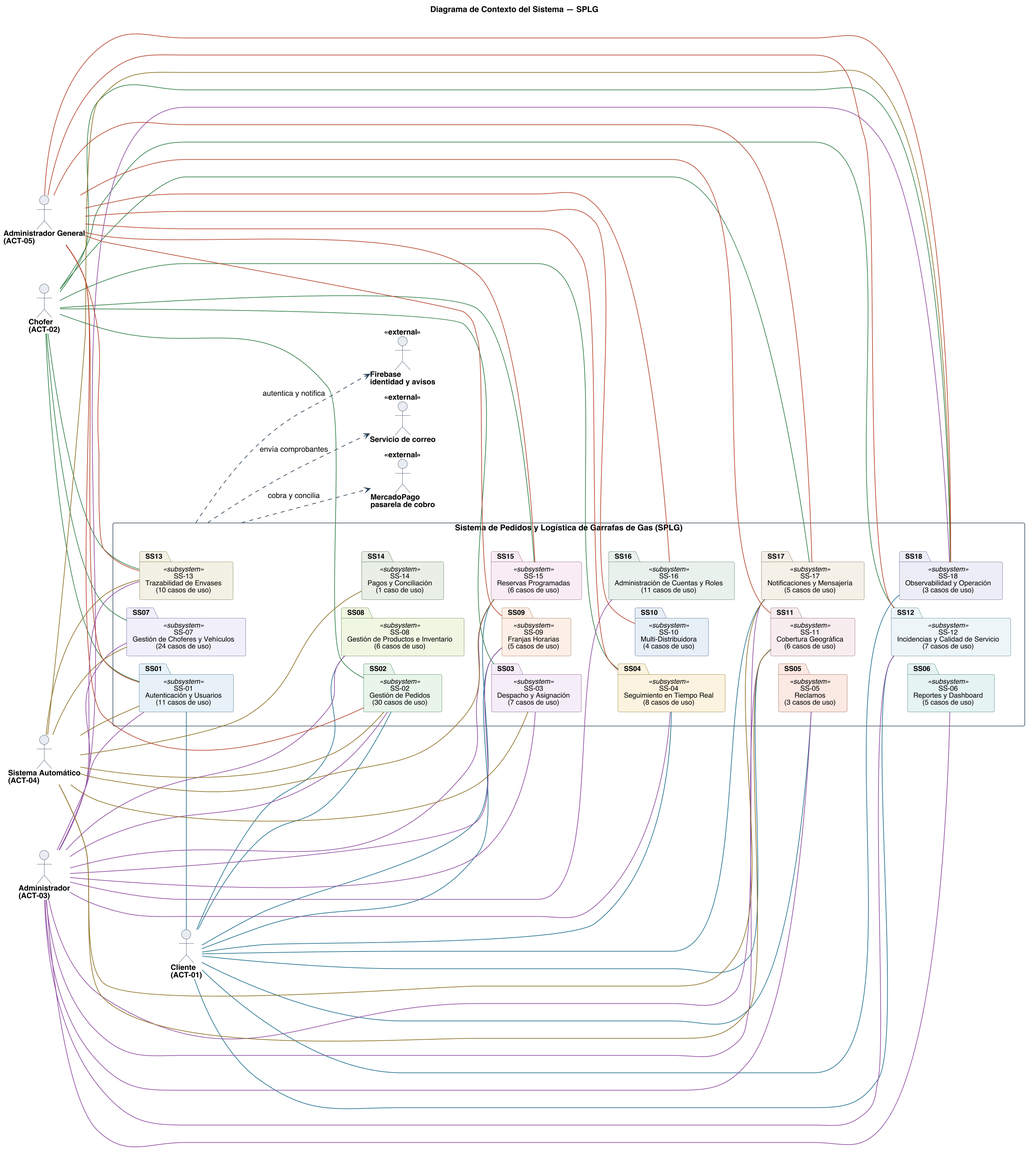
Nahuelito-Dev/splg-docs keeps this PlantUML diagram as diagramas/uml/CU_Sistema_Diagrama-De-Contexto.png. Above is the earlier version.
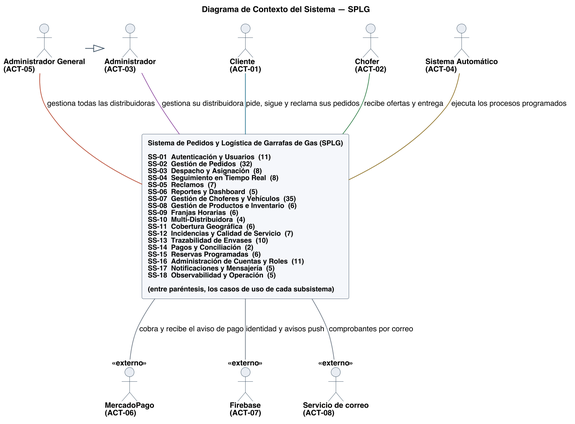
The same diagram one commit later.

What changed in the source:
```diff
@@ -1,6 +1,5 @@
 @startuml
 title Diagrama de Contexto del Sistema — SPLG
-left to right direction
 skinparam backgroundColor #FFFFFF
 skinparam shadowing false
 skinparam defaultFontName Helvetica
@@ -26,8 +25,8 @@
 }
 
 skinparam nodesep 14
-skinparam ranksep 45
-skinparam package {
+skinparam ranksep 90
+skinparam rectangle {
   BorderColor #2C4257
   FontSize 12
 }
@@ -35,111 +34,24 @@
 actor "Cliente\n(ACT-01)" as A01
 actor "Chofer\n(ACT-02)" as A02
 actor "Administrador\n(ACT-03)" as A03
+actor "Administrador General\n(ACT-05)" as A05
 actor "Sistema Automático\n(ACT-04)" as A04
-actor "Administrador General\n(ACT-05)" as A05
+actor "MercadoPago\n(ACT-06)" as A06 <<externo>>
+actor "Firebase\n(ACT-07)" as A07 <<externo>>
+actor "Servicio de correo\n(ACT-08)" as A08 <<externo>>
 
-rectangle "Sistema de Pedidos y Logística de Garrafas de Gas (SPLG)" as LIMITE {
-  package "SS-01\nAutenticación y Usuarios\n(11 casos de uso)" as SS01 <<subsystem>> #back:E7F0F6;line:3C6E8F
-  package "SS-02\nGestión de Pedidos\n(30 casos de uso)" as SS02 <<subsystem>> #back:E9F4EA;line:3F7A50
-  package "SS-03\nDespacho y Asignación\n(7 casos de uso)" as SS03 <<subsystem>> #back:F5ECF7;line:7B4B8A
-  package "SS-04\nSeguimiento en Tiempo Real\n(8 casos de uso)" as SS04 <<subsystem>> #back:FBF2DE;line:8A7326
-  package "SS-05\nReclamos\n(3 casos de uso)" as SS05 <<subsystem>> #back:FAE8E3;line:9C5A46
-  package "SS-06\nReportes y Dashboard\n(5 casos de uso)" as SS06 <<subsystem>> #back:E4F2F1;line:3E7C79
-  package "SS-07\nGestión de Choferes y Vehículos\n(24 casos de uso)" as SS07 <<subsystem>> #back:F0EEF9;line:5A5896
-  package "SS-08\nGestión de Productos e Inventario\n(6 casos de uso)" as SS08 <<subsystem>> #back:EFF6E2;line:5E7A3A
-  package "SS-09\nFranjas Horarias\n(5 casos de uso)" as SS09 <<subsystem>> #back:FDEFE6;line:A26A45
-  package "SS-10\nMulti-Distribuidora\n(4 casos de uso)" as SS10 <<subsystem>> #back:E6EEF7;line:44608B
-  package "SS-11\nCobertura Geográfica\n(6 casos de uso)" as SS11 <<subsystem>> #back:F7ECEF;line:8E5566
-  package "SS-12\nIncidencias y Calidad de Servicio\n(7 casos de uso)" as SS12 <<subsystem>> #back:EDF5F9;line:4A7488
-  package "SS-13\nTrazabilidad de Envases\n(10 casos de uso)" as SS13 <<subsystem>> #back:F3F1E4;line:7A7340
-  package "SS-14\nPagos y Conciliación\n(1 caso de uso)" as SS14 <<subsystem>> #back:E9EFE6;line:4E6B4A
-  package "SS-15\nReservas Programadas\n(6 casos de uso)" as SS15 <<subsystem>> #back:F8EDF3;line:8A5674
-  package "SS-16\nAdministración de Cuentas y Roles\n(11 casos de uso)" as SS16 <<subsystem>> #back:E8F1EC;line:4B7560
-  package "SS-17\nNotificaciones y Mensajería\n(5 casos de uso)" as SS17 <<subsystem>> #back:F5F0E8;line:7C6B4C
-  package "SS-18\nObservabilidad y Operación\n(3 casos de uso)" as SS18 <<subsystem>> #back:ECEDF6;line:5B5F87
-  SS01 -[hidden]- SS02
-  SS02 -[hidden]- SS03
-  SS03 -[hidden]- SS04
-  SS04 -[hidden]- SS05
-  SS05 -[hidden]- SS06
-  SS07 -[hidden]- SS08
-  SS08 -[hidden]- SS09
-  SS09 -[hidden]- SS10
-  SS10 -[hidden]- SS11
-  SS11 -[hidden]- SS12
-  SS13 -[hidden]- SS14
-  SS14 -[hidden]- SS15
-  SS15 -[hidden]- SS16
-  SS16 -[hidden]- SS17
-  SS17 -[hidden]- SS18
-}
+rectangle "**Sistema de Pedidos y Logística de Garrafas de Gas (SPLG)**\n\nSS-01  Autenticación y Usuarios  (11)\nSS-02  Gestión de Pedidos  (32)\nSS-03  Despacho y Asignación  (8)\nSS-04  Seguimiento en Tiempo Real  (8)\nSS-05  Reclamos  (7)\nSS-06  Reportes y Dashboard  (5)\nSS-07  Gestión de Choferes y Vehículos  (35)\nSS-08  Gestión de Productos e Inventario  (6)\nSS-09  Franjas Horarias  (6)\nSS-10  Multi-Distribuidora  (4)\nSS-11  Cobertura Geográfica  (6)\nSS-12  Incidencias y Calidad de Servicio  (7)\nSS-13  Trazabilidad de Envases  (10)\nSS-14  Pagos y Conciliación  (2)\nSS-15  Reservas Programadas  (6)\nSS-16  Administración de Cuentas y Roles  (11)\nSS-17  Notificaciones y Mensajería  (5)\nSS-18  Observabilidad y Operación  (5)\n\n(entre paréntesis, los casos de uso de cada subsistema)" as LIMITE #back:F4F7FA;line:2C4257
 
-A01 -[#1F6F8B]- SS01
-A01 -[#1F6F8B]- SS02
-A01 -[#1F6F8B]- SS04
-A01 -[#1F6F8B]- SS05
-A01 -[#1F6F8B]- SS08
-A01 -[#1F6F8B]- SS09
-A01 -[#1F6F8B]- SS11
-A01 -[#1F6F8B]- SS12
-A01 -[#1F6F8B]- SS15
-A01 -[#1F6F8B]- SS17
-A01 -[#1F6F8B]- SS18
-A02 -[#2E7D46]- SS01
-A02 -[#2E7D46]- SS02
-A02 -[#2E7D46]- SS03
-A02 -[#2E7D46]- SS04
-A02 -[#2E7D46]- SS07
-A02 -[#2E7D46]- SS12
-A02 -[#2E7D46]- SS13
-A02 -[#2E7D46]- SS15
-A02 -[#2E7D46]- SS17
-A02 -[#2E7D46]- SS18
-A03 -[#8C4A9E]- SS01
-A03 -[#8C4A9E]- SS02
-A03 -[#8C4A9E]- SS03
-A03 -[#8C4A9E]- SS04
-A03 -[#8C4A9E]- SS05
-A03 -[#8C4A9E]- SS06
-A03 -[#8C4A9E]- SS07
-A03 -[#8C4A9E]- SS08
-A03 -[#8C4A9E]- SS09
-A03 -[#8C4A9E]- SS11
-A03 -[#8C4A9E]- SS12
-A03 -[#8C4A9E]- SS13
-A03 -[#8C4A9E]- SS15
-A03 -[#8C4A9E]- SS16
-A03 -[#8C4A9E]- SS17
-A03 -[#8C4A9E]- SS18
-A04 -[#8A6D1F]- SS01
-A04 -[#8A6D1F]- SS02
-A04 -[#8A6D1F]- SS03
-A04 -[#8A6D1F]- SS07
-A04 -[#8A6D1F]- SS11
-A04 -[#8A6D1F]- SS13
-A04 -[#8A6D1F]- SS14
-A04 -[#8A6D1F]- SS15
-A04 -[#8A6D1F]- SS17
-A04 -[#8A6D1F]- SS18
-A05 -[#B4432B]- SS01
-A05 -[#B4432B]- SS02
-A05 -[#B4432B]- SS04
-A05 -[#B4432B]- SS09
-A05 -[#B4432B]- SS10
-A05 -[#B4432B]- SS11
-A05 -[#B4432B]- SS12
-A05 -[#B4432B]- SS13
-A05 -[#B4432B]- SS15
-A05 -[#B4432B]- SS16
-A05 -[#B4432B]- SS17
-A05 -[#B4432B]- SS18
+A01 -[#1F6F8B]down- LIMITE : pide, sigue y reclama sus pedidos
+A02 -[#2E7D46]down- LIMITE : recibe ofertas y entrega
+A03 -[#8C4A9E]down- LIMITE : gestiona su distribuidora
+A05 -[#B4432B]down- LIMITE : gestiona todas las distribuidoras
+A04 -[#8A6D1F]down- LIMITE : ejecuta los procesos programados
 
-actor "Firebase\nidentidad y avisos" as XFB <<external>>
-actor "MercadoPago\npasarela de cobro" as XMP <<external>>
-actor "Servicio de correo" as XML <<external>>
+LIMITE -[#6B7683]down- A06 : cobra y recibe el aviso de pago
+LIMITE -[#6B7683]down- A07 : identidad y avisos push
+LIMITE -[#6B7683]down- A08 : comprobantes por correo
 
-LIMITE ..> XFB : autentica y notifica
-LIMITE ..> XMP : cobra y concilia
-LIMITE ..> XML : envía comprobantes
+A05 -right-|> A03
 
 @enduml
```
